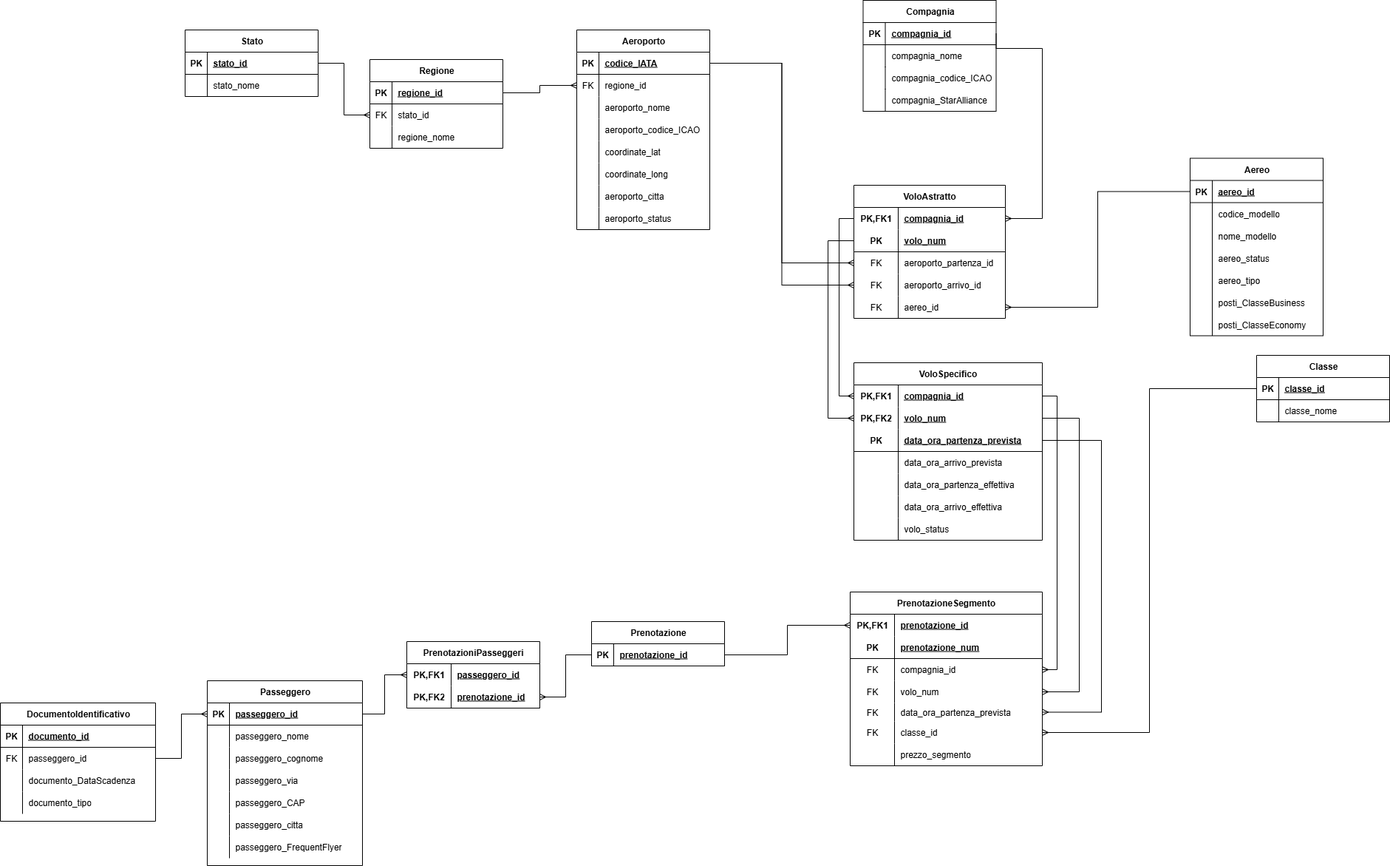
Before: SchemaModelloLogico.png, a diagram exported from draw.io (beatricebi/CompagniaAerea). Source tidied: cells renumbered, new cells last; positions are measured from the earlier drawing's top-left corner, leaving out a move shared by most shapes.
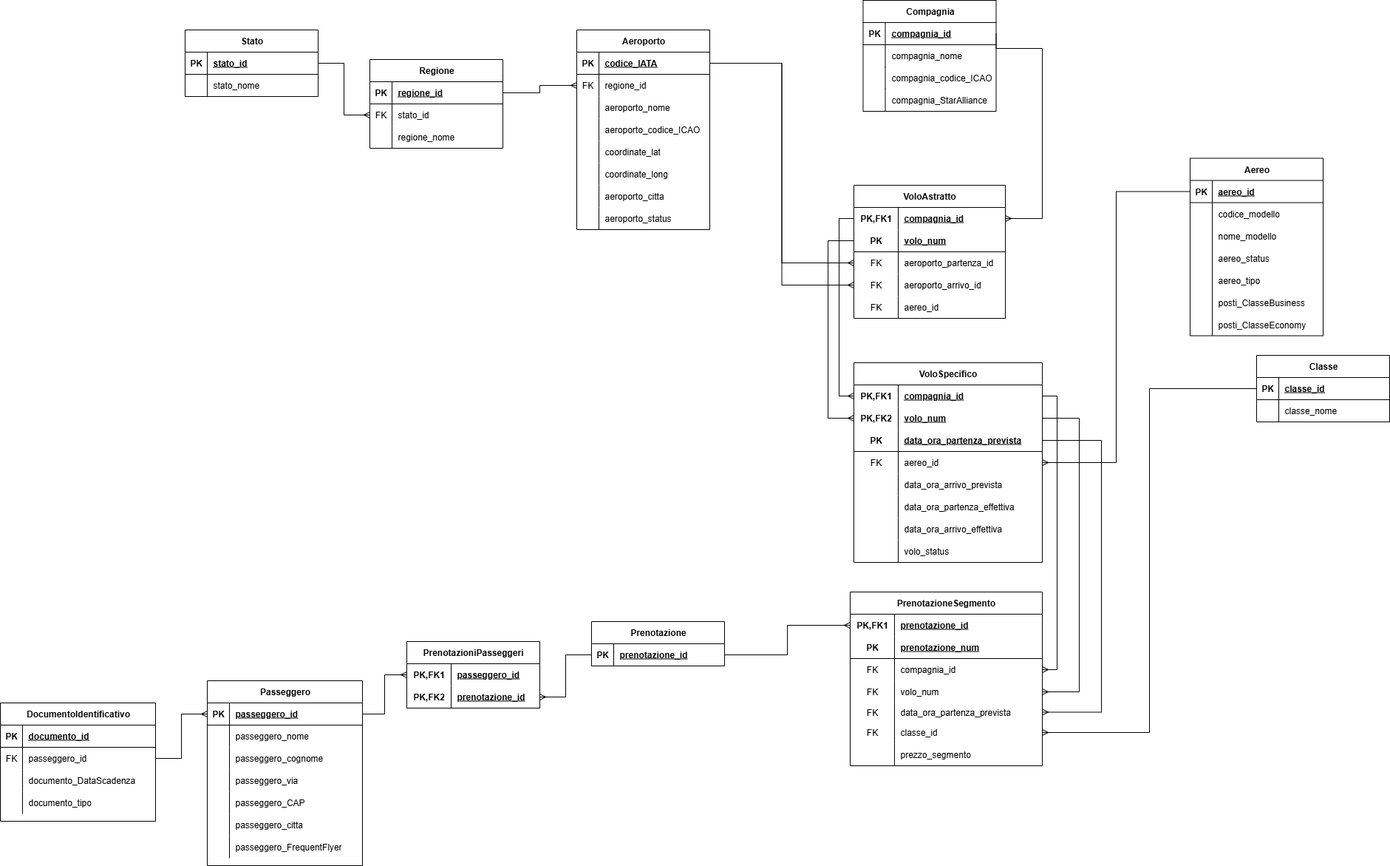
The same diagram one commit later.

Change to the diagram source:
```diff
@@ -525,7 +525,7 @@
       <mxGeometry relative="1" as="geometry" />
     </mxCell>
     <mxCell id="176" value="VoloSpecifico" style="shape=table;startSize=30;rowLines=0;fontStyle=1;align=center;html=1;whiteSpace=wrap;" parent="1" vertex="1">
-      <mxGeometry x="1155" y="490" width="255" height="240" as="geometry" />
+      <mxGeometry x="1155" y="490" width="255" height="270" as="geometry" />
     </mxCell>
     <mxCell id="177" style="shape=tableRow;horizontal=0;startSize=0;swimlaneHead=0;swimlaneBody=0;fillColor=none;points=[[0,0.5],[1,0.5]];portConstraint=eastwest;top=0;left=0;right=0;bottom=0;html=1;" parent="176" vertex="1">
       <mxGeometry y="30" width="255" height="30" as="geometry" />
@@ -554,8 +554,17 @@
     <mxCell id="185" value="data_ora_partenza_prevista" style="shape=partialRectangle;fillColor=none;top=0;left=0;bottom=0;right=0;align=left;spacingLeft=6;fontStyle=5;overflow=hidden;html=1;whiteSpace=wrap;" parent="183" vertex="1">
       <mxGeometry x="60" width="195" height="30" as="geometry" />
     </mxCell>
+    <mxCell id="208" style="shape=tableRow;horizontal=0;startSize=0;swimlaneHead=0;swimlaneBody=0;fillColor=none;points=[[0,0.5],[1,0.5]];portConstraint=eastwest;top=0;left=0;right=0;bottom=0;html=1;" parent="176" vertex="1">
+      <mxGeometry y="120" width="255" height="30" as="geometry" />
+    </mxCell>
+    <mxCell id="209" value="FK" style="shape=partialRectangle;fillColor=none;top=0;left=0;bottom=0;right=0;overflow=hidden;html=1;whiteSpace=wrap;" parent="208" vertex="1">
+      <mxGeometry width="60" height="30" as="geometry" />
+    </mxCell>
+    <mxCell id="210" value="aereo_id" style="shape=partialRectangle;fillColor=none;top=0;left=0;bottom=0;right=0;align=left;spacingLeft=6;overflow=hidden;html=1;whiteSpace=wrap;" parent="208" vertex="1">
+      <mxGeometry x="60" width="195" height="30" as="geometry" />
+    </mxCell>
     <mxCell id="186" style="shape=tableRow;horizontal=0;startSize=0;swimlaneHead=0;swimlaneBody=0;fillColor=none;top=0;left=0;right=0;bottom=0;html=1;" parent="176" vertex="1">
-      <mxGeometry y="120" width="255" height="30" as="geometry" />
+      <mxGeometry y="150" width="255" height="30" as="geometry" />
     </mxCell>
     <mxCell id="187" style="shape=partialRectangle;fillColor=none;top=0;left=0;bottom=0;right=0;overflow=hidden;html=1;whiteSpace=wrap;" parent="186" vertex="1">
       <mxGeometry width="60" height="30" as="geometry" />
@@ -564,7 +573,7 @@
       <mxGeometry x="60" width="195" height="30" as="geometry" />
     </mxCell>
     <mxCell id="189" style="shape=tableRow;horizontal=0;startSize=0;swimlaneHead=0;swimlaneBody=0;fillColor=none;top=0;left=0;right=0;bottom=0;html=1;" parent="176" vertex="1">
-      <mxGeometry y="150" width="255" height="30" as="geometry" />
+      <mxGeometry y="180" width="255" height="30" as="geometry" />
     </mxCell>
     <mxCell id="190" style="shape=partialRectangle;fillColor=none;top=0;left=0;bottom=0;right=0;overflow=hidden;html=1;whiteSpace=wrap;" parent="189" vertex="1">
       <mxGeometry width="60" height="30" as="geometry" />
@@ -573,7 +582,7 @@
       <mxGeometry x="60" width="195" height="30" as="geometry" />
     </mxCell>
     <mxCell id="192" style="shape=tableRow;horizontal=0;startSize=0;swimlaneHead=0;swimlaneBody=0;fillColor=none;top=0;left=0;right=0;bottom=0;html=1;" parent="176" vertex="1">
-      <mxGeometry y="180" width="255" height="30" as="geometry" />
+      <mxGeometry y="210" width="255" height="30" as="geometry" />
     </mxCell>
     <mxCell id="193" style="shape=partialRectangle;fillColor=none;top=0;left=0;bottom=0;right=0;overflow=hidden;html=1;whiteSpace=wrap;" parent="192" vertex="1">
       <mxGeometry width="60" height="30" as="geometry" />
@@ -582,7 +591,7 @@
       <mxGeometry x="60" width="195" height="30" as="geometry" />
     </mxCell>
     <mxCell id="195" style="shape=tableRow;horizontal=0;startSize=0;swimlaneHead=0;swimlaneBody=0;fillColor=none;top=0;left=0;right=0;bottom=0;html=1;" parent="176" vertex="1">
-      <mxGeometry y="210" width="255" height="30" as="geometry" />
+      <mxGeometry y="240" width="255" height="30" as="geometry" />
     </mxCell>
     <mxCell id="196" style="shape=partialRectangle;fillColor=none;top=0;left=0;bottom=0;right=0;overflow=hidden;html=1;whiteSpace=wrap;" parent="195" vertex="1">
       <mxGeometry width="60" height="30" as="geometry" />
@@ -609,7 +618,7 @@
         </Array>
       </mxGeometry>
     </mxCell>
-    <mxCell id="201" style="edgeStyle=orthogonalEdgeStyle;rounded=0;jettySize=auto;html=1;exitX=0;exitY=0.5;exitDx=0;exitDy=0;entryX=1;entryY=0.5;entryDx=0;entryDy=0;endArrow=ERmany;endFill=0;" parent="1" edge="1" source="58" target="172">
+    <mxCell id="201" style="edgeStyle=orthogonalEdgeStyle;rounded=0;jettySize=auto;html=1;exitX=0;exitY=0.5;exitDx=0;exitDy=0;entryX=1;entryY=0.5;entryDx=0;entryDy=0;endArrow=ERmany;endFill=0;" parent="1" edge="1" source="58" target="208">
       <mxGeometry relative="1" as="geometry" />
     </mxCell>
     <mxCell id="202" style="edgeStyle=orthogonalEdgeStyle;rounded=0;jettySize=auto;html=1;exitX=1;exitY=0.5;exitDx=0;exitDy=0;entryX=0;entryY=0.5;entryDx=0;entryDy=0;endArrow=ERmany;endFill=0;" parent="1" edge="1" source="3" target="166">
```
